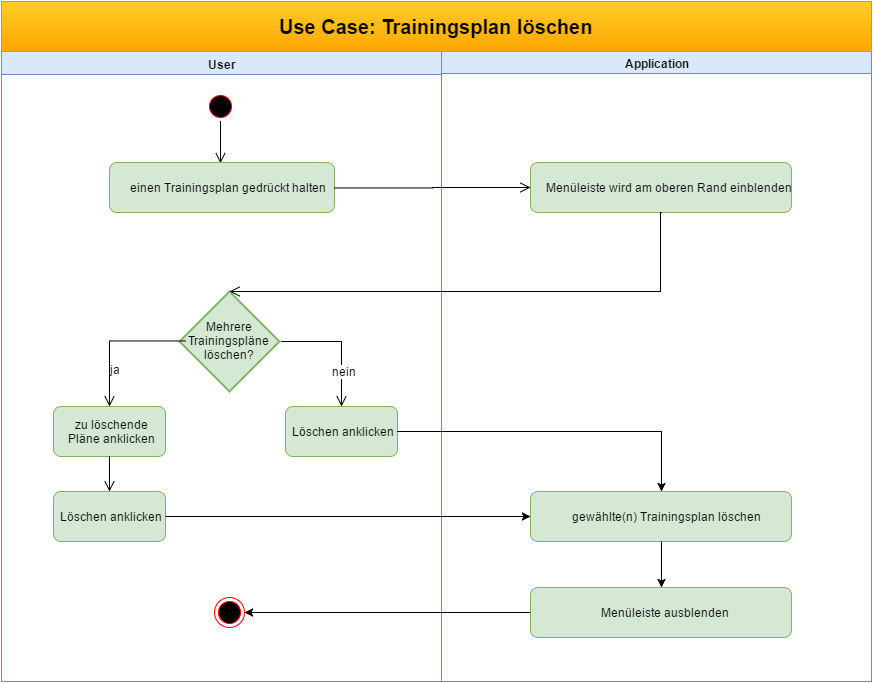
Before: UCDs/Use Case- Trainingsplan löschen.png, a diagram exported from draw.io (MH0896/MuM-s-Fit). Source tidied: cells renumbered, new cells last; positions are measured from the earlier drawing's top-left corner, leaving out a move shared by most shapes.
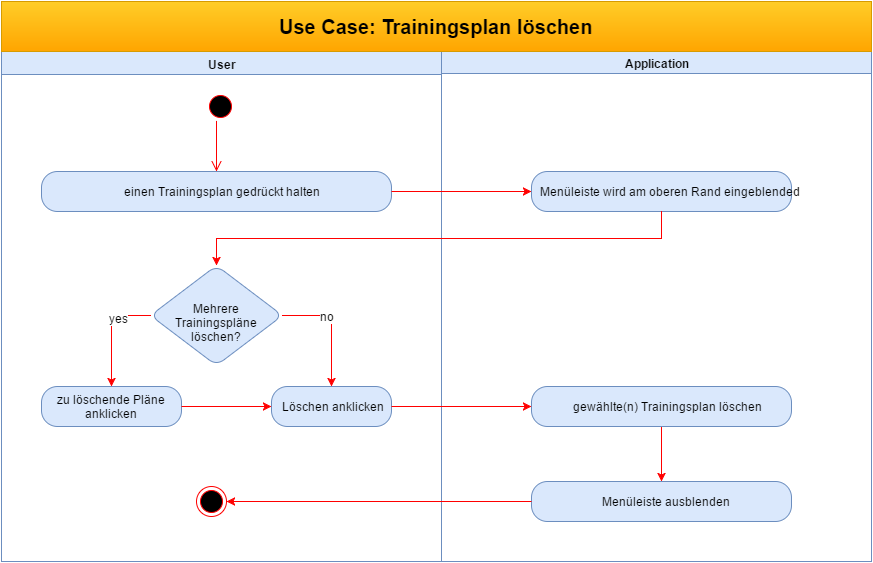
The same file after the commit.

Change to the diagram source:
```diff
@@ -2,109 +2,81 @@
   <root>
     <mxCell id="0" style="html=1;" />
     <mxCell id="1" style="html=1;" parent="0" />
+    <mxCell id="27" style="group;" parent="1" vertex="1">
+      <mxGeometry x="-650" y="-1080" width="870" height="560" as="geometry" />
+    </mxCell>
-    <mxCell id="2" value="User" style="swimlane;whiteSpace=wrap;html=1;fillColor=#dae8fc;strokeColor=#6c8ebf;" parent="1" vertex="1">
-      <mxGeometry y="50" width="440" height="630" as="geometry" />
+    <mxCell id="2" value="User" style="swimlane;whiteSpace=wrap;html=1;fillColor=#dae8fc;strokeColor=#6c8ebf;" parent="27" vertex="1">
+      <mxGeometry y="50" width="440" height="510" as="geometry" />
     </mxCell>
     <mxCell id="3" style="ellipse;shape=startState;fillColor=#000000;strokeColor=#ff0000;html=1;" parent="2" vertex="1">
       <mxGeometry x="204" y="40" width="30" height="30" as="geometry" />
     </mxCell>
-    <mxCell id="4" style="edgeStyle=elbowEdgeStyle;elbow=horizontal;verticalAlign=bottom;endArrow=open;endSize=8;strokeColor=#000000;endFill=1;rounded=0;html=1;entryX=0.414;entryY=0.018;entryPerimeter=0;" parent="2" edge="1">
-      <mxGeometry x="118" y="40" as="geometry">
-        <mxPoint x="219" y="69.5" as="sourcePoint" />
-        <mxPoint x="219" y="111.8" as="targetPoint" />
-      </mxGeometry>
+    <mxCell id="4" style="edgeStyle=elbowEdgeStyle;elbow=horizontal;verticalAlign=bottom;endArrow=open;endSize=8;strokeColor=#FF0000;endFill=1;rounded=0;html=1;entryX=0.5;entryY=0;fillColor=#f8cecc;" parent="2" edge="1" source="3" target="5">
+      <mxGeometry x="118" y="40" as="geometry" />
     </mxCell>
-    <mxCell id="5" value="einen Trainingsplan gedrückt halten" style="html=1;fillColor=#d5e8d4;strokeColor=#82b366;rounded=1;" parent="2" vertex="1">
-      <mxGeometry x="108" y="111" width="225" height="50" as="geometry" />
+    <mxCell id="5" value="einen Trainingsplan gedrückt halten" style="rounded=1;whiteSpace=wrap;html=1;arcSize=40;fillColor=#dae8fc;strokeColor=#6c8ebf;" parent="2" vertex="1">
+      <mxGeometry x="40" y="120" width="350" height="40" as="geometry" />
     </mxCell>
+    <mxCell id="28" style="edgeStyle=orthogonalEdgeStyle;rounded=0;html=1;exitX=1;exitY=0.5;entryX=0.5;entryY=0;jettySize=auto;strokeColor=#FF0000;" parent="2" edge="1" source="6" target="30">
+      <mxGeometry relative="1" as="geometry">
+        <Array as="points">
+          <mxPoint x="330" y="264" />
+        </Array>
+      </mxGeometry>
+    </mxCell>
+    <mxCell id="29" value="no" style="text;html=1;align=center;verticalAlign=middle;labelBackgroundColor=#ffffff;" parent="28" vertex="1">
+      <mxGeometry x="-0.26" relative="1" as="geometry" />
+    </mxCell>
-    <mxCell id="6" value="Mehrere Trainingspläne löschen?" style="strokeWidth=2;html=1;shape=mxgraph.flowchart.decision;whiteSpace=wrap;fillColor=#d5e8d4;strokeColor=#82b366;" parent="2" vertex="1">
-      <mxGeometry x="178" y="240" width="100" height="100" as="geometry" />
+    <mxCell id="6" value="Mehrere Trainingspläne löschen?" style="rhombus;whiteSpace=wrap;html=1;fillColor=#dae8fc;strokeColor=#6c8ebf;rounded=1;" parent="2" vertex="1">
+      <mxGeometry x="149" y="214" width="132" height="100" as="geometry" />
     </mxCell>
-    <mxCell id="7" style="edgeStyle=elbowEdgeStyle;elbow=horizontal;verticalAlign=bottom;endArrow=open;endSize=8;strokeColor=#000000;endFill=1;rounded=0;html=1;entryX=0;entryY=0.5;" parent="2" edge="1" target="18">
-      <mxGeometry x="372" y="87" as="geometry">
-        <mxPoint x="333" y="136.5" as="sourcePoint" />
-      </mxGeometry>
-    </mxCell>
+    <mxCell id="30" value="Löschen anklicken" style="rounded=1;whiteSpace=wrap;html=1;arcSize=40;fillColor=#dae8fc;strokeColor=#6c8ebf;" parent="2" vertex="1">
+      <mxGeometry x="270" y="335" width="120" height="40" as="geometry" />
+    </mxCell>
+    <mxCell id="31" style="ellipse;html=1;shape=endState;fillColor=#000000;strokeColor=#ff0000;rounded=1;" parent="2" vertex="1">
+      <mxGeometry x="195" y="435" width="30" height="30" as="geometry" />
+    </mxCell>
-    <mxCell id="8" value="zu löschende&lt;br&gt;Pläne anklicken" style="html=1;fillColor=#d5e8d4;strokeColor=#82b366;rounded=1;" parent="2" vertex="1">
-      <mxGeometry x="52" y="355" width="112" height="50" as="geometry" />
+    <mxCell id="8" value="zu löschende Pläne anklicken" style="rounded=1;whiteSpace=wrap;html=1;arcSize=40;fillColor=#dae8fc;strokeColor=#6c8ebf;" parent="2" vertex="1">
+      <mxGeometry x="40" y="335" width="140" height="40" as="geometry" />
     </mxCell>
-    <mxCell id="9" value="Löschen anklicken" style="html=1;fillColor=#d5e8d4;strokeColor=#82b366;rounded=1;" parent="2" vertex="1">
-      <mxGeometry x="284" y="355" width="112" height="50" as="geometry" />
-    </mxCell>
-    <mxCell id="10" style="edgeStyle=elbowEdgeStyle;elbow=horizontal;verticalAlign=bottom;endArrow=open;endSize=8;strokeColor=#000000;endFill=1;rounded=0;html=1;entryX=0.5;entryY=0;" parent="2" edge="1" target="9">
-      <mxGeometry x="463" y="221" as="geometry">
-        <mxPoint x="280" y="290" as="sourcePoint" />
-        <Array as="points">
-          <mxPoint x="340" y="320" />
-          <mxPoint x="352" y="330" />
-        </Array>
-      </mxGeometry>
-    </mxCell>
-    <mxCell id="11" value="nein" style="text;html=1;align=center;verticalAlign=middle;labelBackgroundColor=#ffffff;" parent="10" vertex="1">
-      <mxGeometry relative="1" as="geometry">
-        <mxPoint x="1" y="26" as="offset" />
-      </mxGeometry>
-    </mxCell>
-    <mxCell id="12" style="edgeStyle=elbowEdgeStyle;elbow=horizontal;verticalAlign=bottom;endArrow=open;endSize=8;strokeColor=#000000;endFill=1;rounded=0;html=1;entryX=0.5;entryY=0;" parent="2" edge="1" target="8">
-      <mxGeometry x="503" y="200" as="geometry">
-        <mxPoint x="184" y="289.5" as="sourcePoint" />
-        <Array as="points">
-          <mxPoint x="108" y="340" />
-          <mxPoint x="252" y="329" />
-        </Array>
-      </mxGeometry>
-    </mxCell>
-    <mxCell id="13" value="ja" style="text;html=1;align=center;verticalAlign=middle;labelBackgroundColor=#ffffff;" parent="12" vertex="1">
-      <mxGeometry relative="1" as="geometry">
-        <mxPoint y="28" as="offset" />
-      </mxGeometry>
-    </mxCell>
-    <mxCell id="14" value="Löschen anklicken" style="html=1;fillColor=#d5e8d4;strokeColor=#82b366;rounded=1;" parent="2" vertex="1">
-      <mxGeometry x="52" y="440" width="112" height="50" as="geometry" />
-    </mxCell>
-    <mxCell id="15" style="edgeStyle=elbowEdgeStyle;elbow=horizontal;verticalAlign=bottom;endArrow=open;endSize=8;strokeColor=#000000;endFill=1;rounded=0;html=1;entryX=0.5;entryY=0;exitX=0.5;exitY=1;" parent="2" edge="1" source="8" target="14">
-      <mxGeometry x="429" y="341" as="geometry" />
-    </mxCell>
-    <mxCell id="16" style="ellipse;html=1;shape=endState;fillColor=#000000;strokeColor=#ff0000;" parent="2" vertex="1">
-      <mxGeometry x="212.7" y="546" width="30" height="30" as="geometry" />
-    </mxCell>
+    <mxCell id="32" style="edgeStyle=orthogonalEdgeStyle;rounded=0;html=1;exitX=0;exitY=0.5;entryX=0.5;entryY=0;jettySize=auto;strokeColor=#FF0000;" parent="2" edge="1" source="6" target="8">
+      <mxGeometry relative="1" as="geometry" />
+    </mxCell>
+    <mxCell id="33" value="yes" style="text;html=1;align=center;verticalAlign=middle;labelBackgroundColor=#ffffff;" parent="32" vertex="1">
+      <mxGeometry x="-0.42" y="2" relative="1" as="geometry" />
+    </mxCell>
+    <mxCell id="34" style="edgeStyle=orthogonalEdgeStyle;rounded=0;html=1;exitX=1;exitY=0.5;entryX=0;entryY=0.5;jettySize=auto;strokeColor=#FF0000;" parent="2" edge="1" source="8" target="30">
+      <mxGeometry relative="1" as="geometry" />
+    </mxCell>
-    <mxCell id="17" value="Application" style="swimlane;whiteSpace=wrap;html=1;fillColor=#dae8fc;strokeColor=#6c8ebf;" parent="1" vertex="1">
-      <mxGeometry x="440" y="49" width="430" height="631" as="geometry" />
+    <mxCell id="17" value="Application" style="swimlane;whiteSpace=wrap;html=1;fillColor=#dae8fc;strokeColor=#6c8ebf;" parent="27" vertex="1">
+      <mxGeometry x="440" y="49" width="430" height="511" as="geometry" />
     </mxCell>
-    <mxCell id="18" value="Menüleiste wird am oberen Rand einblenden" style="html=1;fillColor=#d5e8d4;strokeColor=#82b366;rounded=1;" parent="17" vertex="1">
-      <mxGeometry x="89" y="112" width="261" height="50" as="geometry" />
-    </mxCell>
+    <mxCell id="35" value="Menüleiste wird am oberen Rand eingeblended" style="rounded=1;whiteSpace=wrap;html=1;arcSize=40;fillColor=#dae8fc;strokeColor=#6c8ebf;" parent="17" vertex="1">
+      <mxGeometry x="90" y="121" width="260" height="40" as="geometry" />
+    </mxCell>
+    <mxCell id="21" style="edgeStyle=orthogonalEdgeStyle;rounded=0;html=1;exitX=0.5;exitY=1;entryX=0.5;entryY=0;jettySize=auto;strokeColor=#FF0000;" parent="17" edge="1" source="19" target="20">
+      <mxGeometry relative="1" as="geometry" />
+    </mxCell>
-    <mxCell id="19" value="gewählte(n) Trainingsplan löschen" style="html=1;fillColor=#d5e8d4;strokeColor=#82b366;rounded=1;" parent="17" vertex="1">
-      <mxGeometry x="89" y="441" width="261" height="50" as="geometry" />
+    <mxCell id="19" value="gewählte(n) Trainingsplan löschen" style="rounded=1;whiteSpace=wrap;html=1;arcSize=40;fillColor=#dae8fc;strokeColor=#6c8ebf;" parent="17" vertex="1">
+      <mxGeometry x="90" y="336" width="260" height="40" as="geometry" />
     </mxCell>
-    <mxCell id="20" value="Menüleiste ausblenden" style="html=1;fillColor=#d5e8d4;strokeColor=#82b366;rounded=1;" parent="17" vertex="1">
-      <mxGeometry x="89" y="537" width="261" height="50" as="geometry" />
+    <mxCell id="20" value="Menüleiste ausblenden" style="rounded=1;whiteSpace=wrap;html=1;arcSize=40;fillColor=#dae8fc;strokeColor=#6c8ebf;" parent="17" vertex="1">
+      <mxGeometry x="90" y="431" width="260" height="40" as="geometry" />
     </mxCell>
-    <mxCell id="21" style="edgeStyle=orthogonalEdgeStyle;rounded=0;html=1;exitX=0.5;exitY=1;entryX=0.5;entryY=0;jettySize=auto;strokeColor=#000000;" parent="17" edge="1" source="19" target="20">
-      <mxGeometry relative="1" as="geometry" />
-    </mxCell>
-    <mxCell id="22" value="&lt;b&gt;&lt;font style=&quot;font-size: 20px&quot;&gt;Use Case: Trainingsplan löschen&lt;/font&gt;&lt;/b&gt;" style="html=1;fillColor=#ffcd28;strokeColor=#d79b00;gradientColor=#ffa500;" parent="1" vertex="1">
+    <mxCell id="22" value="&lt;b&gt;&lt;font style=&quot;font-size: 20px&quot;&gt;Use Case: Trainingsplan löschen&lt;/font&gt;&lt;/b&gt;" style="html=1;fillColor=#ffcd28;strokeColor=#d79b00;gradientColor=#ffa500;" parent="27" vertex="1">
       <mxGeometry width="870" height="50" as="geometry" />
     </mxCell>
-    <mxCell id="23" style="edgeStyle=elbowEdgeStyle;elbow=horizontal;verticalAlign=bottom;endArrow=open;endSize=8;strokeColor=#000000;endFill=1;rounded=0;html=1;entryX=0.5;entryY=0;entryPerimeter=0;exitX=0.5;exitY=1;" parent="1" edge="1" source="18" target="6">
-      <mxGeometry x="450" y="161" as="geometry">
-        <Array as="points">
-          <mxPoint x="659" y="260" />
-        </Array>
-      </mxGeometry>
-    </mxCell>
-    <mxCell id="24" style="edgeStyle=orthogonalEdgeStyle;rounded=0;html=1;exitX=1;exitY=0.5;entryX=0;entryY=0.5;jettySize=auto;strokeColor=#000000;" parent="1" edge="1" source="14" target="19">
-      <mxGeometry relative="1" as="geometry" />
-    </mxCell>
-    <mxCell id="25" style="edgeStyle=orthogonalEdgeStyle;rounded=0;html=1;exitX=1;exitY=0.5;jettySize=auto;strokeColor=#000000;entryX=0.5;entryY=0;" parent="1" edge="1" source="9" target="19">
-      <mxGeometry relative="1" as="geometry">
-        <Array as="points">
-          <mxPoint x="660" y="430" />
-        </Array>
-      </mxGeometry>
-    </mxCell>
-    <mxCell id="26" style="edgeStyle=orthogonalEdgeStyle;rounded=0;html=1;exitX=0;exitY=0.5;entryX=1;entryY=0.5;jettySize=auto;strokeColor=#000000;" parent="1" edge="1" source="20" target="16">
-      <mxGeometry relative="1" as="geometry" />
-    </mxCell>
+    <mxCell id="36" style="edgeStyle=orthogonalEdgeStyle;rounded=0;html=1;exitX=0.5;exitY=1;entryX=0.5;entryY=0;jettySize=auto;strokeColor=#FF0000;" parent="27" edge="1" source="35" target="6">
+      <mxGeometry relative="1" as="geometry" />
+    </mxCell>
+    <mxCell id="37" style="edgeStyle=orthogonalEdgeStyle;rounded=0;html=1;exitX=1;exitY=0.5;entryX=0;entryY=0.5;jettySize=auto;strokeColor=#FF0000;" parent="27" edge="1" source="30" target="19">
+      <mxGeometry relative="1" as="geometry" />
+    </mxCell>
+    <mxCell id="38" style="edgeStyle=orthogonalEdgeStyle;rounded=0;html=1;exitX=0;exitY=0.5;entryX=1;entryY=0.5;jettySize=auto;strokeColor=#FF0000;" parent="27" edge="1" source="20" target="31">
+      <mxGeometry relative="1" as="geometry" />
+    </mxCell>
+    <mxCell id="39" style="edgeStyle=orthogonalEdgeStyle;rounded=0;html=1;exitX=1;exitY=0.5;jettySize=auto;strokeColor=#FF0000;" parent="27" edge="1" source="5" target="35">
+      <mxGeometry relative="1" as="geometry" />
+    </mxCell>
   </root>
 </mxGraphModel>
```
